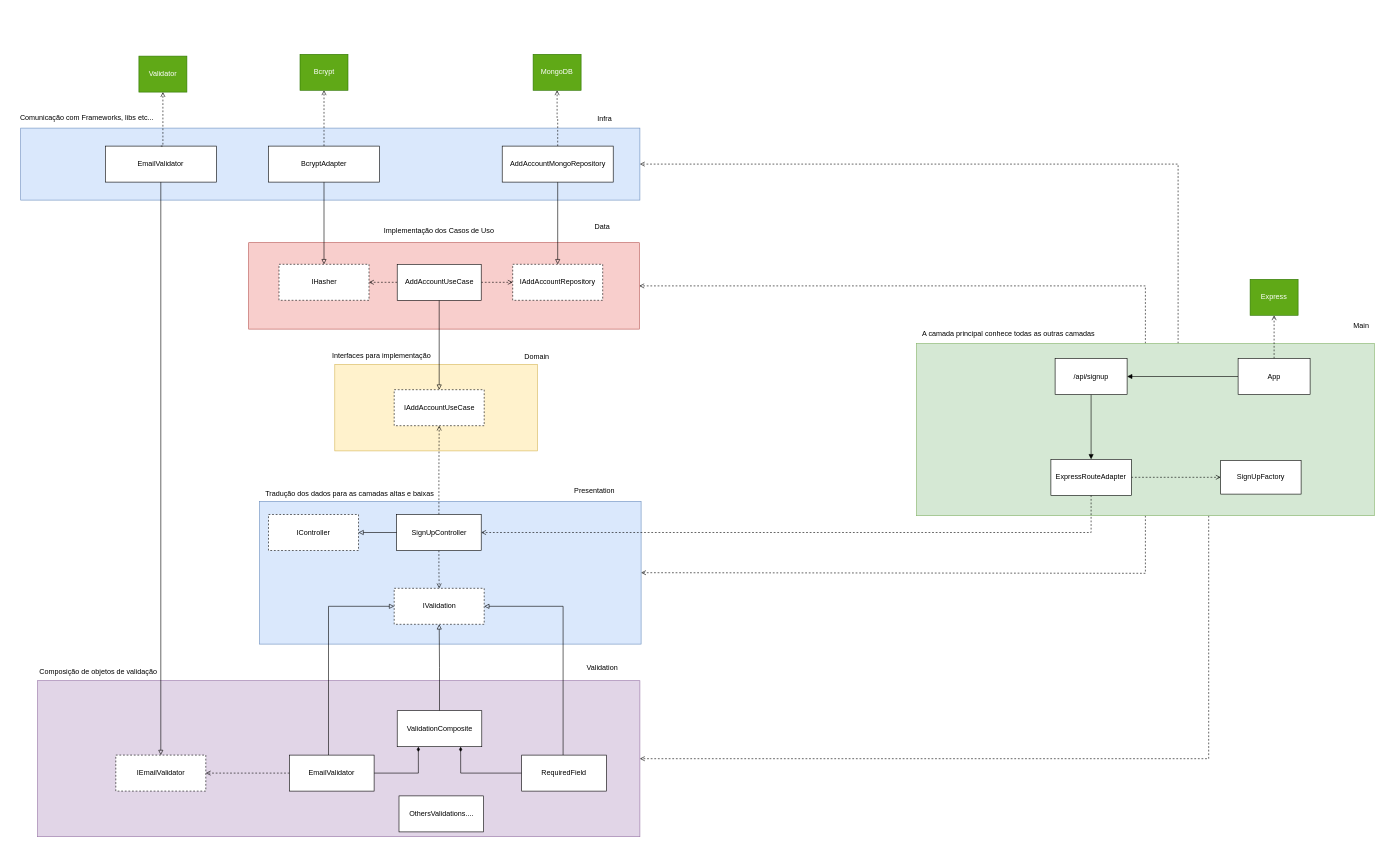
Earlier version of the draw.io diagram page "SignUp" (1 of 19) of documentation/diagrams/architecture.drawio (vitinruas/_retroarcadestore-api). Source tidied: cells renumbered, new cells numbered last; positions are measured from the earlier drawing's top-left corner, leaving out a move shared by most shapes. Both pictures are drawn from the tidied source at 60%, with x=0, y=0 at pixel (14, 54).
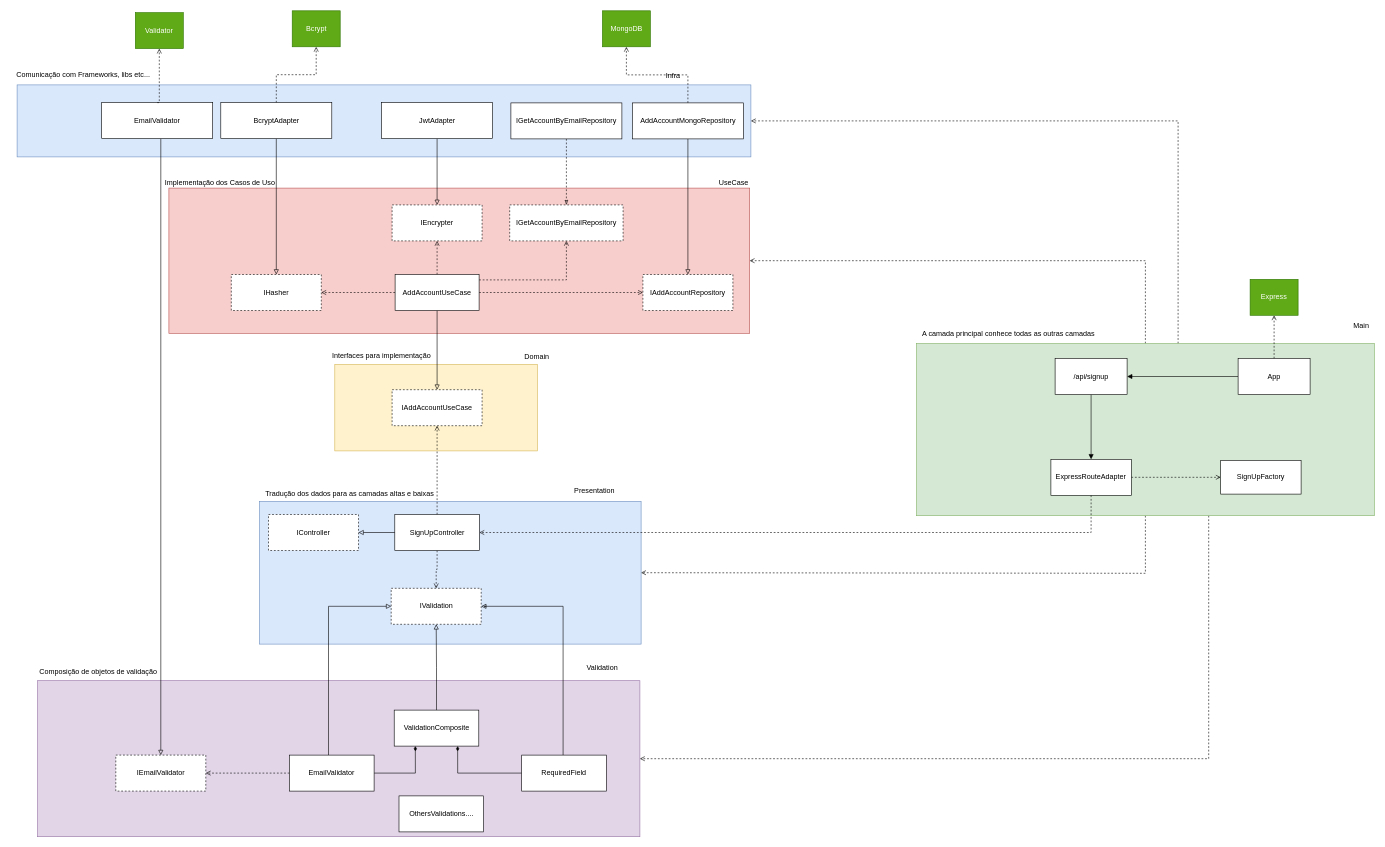
Above is the later version.

Commit message:
docs: update architecture diagram

The change refers to these unchanged cells:
```xml
<mxCell id="49" style="rounded=0;whiteSpace=wrap;html=1;fillColor=#d5e8d4;strokeColor=#82b366;" parent="1" vertex="1">
  <mxGeometry x="1504" y="482" width="763" height="287" as="geometry" />
</mxCell>
```

Change to the diagram source:
```diff
@@
     <mxCell id="3" style="rounded=0;whiteSpace=wrap;html=1;fillColor=#f8cecc;strokeColor=#b85450;" parent="1" vertex="1">
-      <mxGeometry x="391" y="314" width="651" height="144" as="geometry" />
+      <mxGeometry x="258" y="223" width="968" height="242" as="geometry" />
     </mxCell>
-    <mxCell id="4" value="Data" style="text;html=1;align=center;verticalAlign=middle;strokeColor=none;fillColor=none;" parent="1" vertex="1">
-      <mxGeometry x="958" y="275" width="43" height="26" as="geometry" />
+    <mxCell id="4" value="UseCase" style="text;html=1;align=center;verticalAlign=middle;strokeColor=none;fillColor=none;" parent="1" vertex="1">
+      <mxGeometry x="1169" y="205" width="59" height="18" as="geometry" />
     </mxCell>
@@
+    <mxCell id="70" style="edgeStyle=orthogonalEdgeStyle;rounded=0;jettySize=auto;html=1;entryX=0.5;entryY=1;entryDx=0;entryDy=0;dashed=1;endArrow=open;endFill=0;" parent="1" edge="1" source="8" target="72">
+      <mxGeometry relative="1" as="geometry" />
+    </mxCell>
+    <mxCell id="71" style="edgeStyle=orthogonalEdgeStyle;rounded=0;jettySize=auto;html=1;entryX=0.5;entryY=1;entryDx=0;entryDy=0;dashed=1;endArrow=open;endFill=0;" parent="1" edge="1" source="8" target="75">
+      <mxGeometry relative="1" as="geometry">
+        <Array as="points">
+          <mxPoint x="921" y="376" />
+        </Array>
+      </mxGeometry>
+    </mxCell>
     <mxCell id="8" value="AddAccountUseCase" style="rounded=0;whiteSpace=wrap;html=1;" parent="1" vertex="1">
-      <mxGeometry x="638.5" y="350" width="140" height="60" as="geometry" />
+      <mxGeometry x="635" y="367" width="140" height="60" as="geometry" />
     </mxCell>
     <mxCell id="9" value="IAddAccountRepository" style="rounded=0;whiteSpace=wrap;html=1;dashed=1;" parent="1" vertex="1">
-      <mxGeometry x="831" y="350" width="150" height="60" as="geometry" />
+      <mxGeometry x="1048" y="367" width="150" height="60" as="geometry" />
     </mxCell>
     <mxCell id="10" style="rounded=0;whiteSpace=wrap;html=1;fillColor=#dae8fc;strokeColor=#6c8ebf;" parent="1" vertex="1">
-      <mxGeometry x="11" y="123" width="1032" height="120" as="geometry" />
+      <mxGeometry x="5" y="51" width="1223" height="120" as="geometry" />
     </mxCell>
     <mxCell id="11" value="Infra" style="text;html=1;align=center;verticalAlign=middle;strokeColor=none;fillColor=none;" parent="1" vertex="1">
-      <mxGeometry x="959" y="93" width="50" height="30" as="geometry" />
+      <mxGeometry x="1073" y="20.5" width="50" height="30" as="geometry" />
     </mxCell>
@@
     <mxCell id="14" value="AddAccountMongoRepository" style="rounded=0;whiteSpace=wrap;html=1;" parent="1" vertex="1">
-      <mxGeometry x="813.5" y="153" width="185" height="60" as="geometry" />
+      <mxGeometry x="1030.5" y="81" width="185" height="60" as="geometry" />
     </mxCell>
     <mxCell id="15" value="MongoDB" style="rounded=0;whiteSpace=wrap;html=1;fillColor=#60a917;fontColor=#ffffff;strokeColor=#2D7600;" parent="1" vertex="1">
-      <mxGeometry x="865" width="80" height="60" as="geometry" />
+      <mxGeometry x="980.5" y="-72.5" width="80" height="60" as="geometry" />
     </mxCell>
     <mxCell id="16" value="IHasher" style="rounded=0;whiteSpace=wrap;html=1;dashed=1;" parent="1" vertex="1">
-      <mxGeometry x="441.5" y="350" width="150" height="60" as="geometry" />
+      <mxGeometry x="362" y="367" width="150" height="60" as="geometry" />
     </mxCell>
@@
     <mxCell id="19" value="BcryptAdapter" style="rounded=0;whiteSpace=wrap;html=1;" parent="1" vertex="1">
-      <mxGeometry x="424" y="153" width="185" height="60" as="geometry" />
+      <mxGeometry x="344.5" y="80.5" width="185" height="60" as="geometry" />
     </mxCell>
     <mxCell id="20" value="Bcrypt" style="rounded=0;whiteSpace=wrap;html=1;fillColor=#60a917;fontColor=#ffffff;strokeColor=#2D7600;" parent="1" vertex="1">
-      <mxGeometry x="476.5" width="80" height="60" as="geometry" />
+      <mxGeometry x="463.5" y="-72.5" width="80" height="60" as="geometry" />
     </mxCell>
     <mxCell id="21" value="IAddAccountUseCase" style="rounded=0;whiteSpace=wrap;html=1;dashed=1;" parent="1" vertex="1">
-      <mxGeometry x="633.5" y="559" width="150" height="60" as="geometry" />
+      <mxGeometry x="630" y="559" width="150" height="60" as="geometry" />
     </mxCell>
@@
     <mxCell id="26" value="SignUpController" style="rounded=0;whiteSpace=wrap;html=1;" parent="1" vertex="1">
-      <mxGeometry x="637.5" y="767" width="141" height="60" as="geometry" />
+      <mxGeometry x="634.5" y="767" width="141" height="60" as="geometry" />
     </mxCell>
     <mxCell id="27" value="IValidation" style="rounded=0;whiteSpace=wrap;html=1;dashed=1;" parent="1" vertex="1">
-      <mxGeometry x="633.5" y="890" width="150" height="60" as="geometry" />
+      <mxGeometry x="628.5" y="890" width="150" height="60" as="geometry" />
     </mxCell>
@@
     <mxCell id="30" value="ValidationComposite" style="rounded=0;whiteSpace=wrap;html=1;" parent="1" vertex="1">
-      <mxGeometry x="638.5" y="1094" width="141" height="60" as="geometry" />
+      <mxGeometry x="633.5" y="1093" width="141" height="60" as="geometry" />
     </mxCell>
@@
     <mxCell id="39" value="EmailValidator" style="rounded=0;whiteSpace=wrap;html=1;" parent="1" vertex="1">
-      <mxGeometry x="152" y="153" width="185" height="60" as="geometry" />
+      <mxGeometry x="146" y="80.5" width="185" height="60" as="geometry" />
     </mxCell>
     <mxCell id="40" value="Validator" style="rounded=0;whiteSpace=wrap;html=1;fillColor=#60a917;fontColor=#ffffff;strokeColor=#2D7600;" parent="1" vertex="1">
-      <mxGeometry x="208" y="3" width="80" height="60" as="geometry" />
+      <mxGeometry x="202" y="-69.5" width="80" height="60" as="geometry" />
     </mxCell>
     <mxCell id="41" style="edgeStyle=orthogonalEdgeStyle;rounded=0;jettySize=auto;html=1;entryX=0.5;entryY=1;entryDx=0;entryDy=0;dashed=1;exitX=0.5;exitY=0;exitDx=0;exitDy=0;endArrow=open;endFill=0;" parent="1" edge="1" source="39" target="40">
       <mxGeometry relative="1" as="geometry">
         <Array as="points">
-          <mxPoint x="248" y="153" />
+          <mxPoint x="242" y="80.5" />
         </Array>
       </mxGeometry>
     </mxCell>
@@
     <mxCell id="47" style="edgeStyle=orthogonalEdgeStyle;rounded=0;jettySize=auto;html=1;entryX=1;entryY=0.5;entryDx=0;entryDy=0;dashed=1;startArrow=none;startFill=0;endArrow=open;endFill=0;" parent="1" edge="1" source="49" target="3">
       <mxGeometry relative="1" as="geometry">
         <Array as="points">
-          <mxPoint x="1885" y="386" />
+          <mxPoint x="1885" y="344" />
         </Array>
       </mxGeometry>
     </mxCell>
     <mxCell id="48" style="edgeStyle=orthogonalEdgeStyle;rounded=0;jettySize=auto;html=1;entryX=1;entryY=0.5;entryDx=0;entryDy=0;dashed=1;startArrow=none;startFill=0;endArrow=open;endFill=0;" parent="1" edge="1" source="49" target="10">
       <mxGeometry relative="1" as="geometry">
         <Array as="points">
-          <mxPoint x="1940" y="183" />
+          <mxPoint x="1940" y="111" />
         </Array>
       </mxGeometry>
     </mxCell>
@@
     <mxCell id="62" value="Implementação dos Casos de Uso" style="text;html=1;align=center;verticalAlign=middle;strokeColor=none;fillColor=none;" parent="1" vertex="1">
-      <mxGeometry x="607.5" y="282" width="201" height="26" as="geometry" />
+      <mxGeometry x="242" y="201" width="201" height="26" as="geometry" />
     </mxCell>
     <mxCell id="63" value="Comunicação com Frameworks, libs etc..." style="text;html=1;align=center;verticalAlign=middle;strokeColor=none;fillColor=none;" parent="1" vertex="1">
-      <mxGeometry y="93" width="241" height="26" as="geometry" />
+      <mxGeometry x="-6" y="20.5" width="241" height="26" as="geometry" />
     </mxCell>
@@
+    <mxCell id="72" value="IEncrypter" style="rounded=0;whiteSpace=wrap;html=1;dashed=1;" parent="1" vertex="1">
+      <mxGeometry x="630" y="251" width="150" height="60" as="geometry" />
+    </mxCell>
+    <mxCell id="73" style="edgeStyle=orthogonalEdgeStyle;rounded=0;jettySize=auto;html=1;entryX=0.5;entryY=0;entryDx=0;entryDy=0;endArrow=block;endFill=0;" parent="1" edge="1" source="74" target="72">
+      <mxGeometry relative="1" as="geometry" />
+    </mxCell>
+    <mxCell id="74" value="JwtAdapter" style="rounded=0;whiteSpace=wrap;html=1;" parent="1" vertex="1">
+      <mxGeometry x="612.5" y="80.5" width="185" height="60" as="geometry" />
+    </mxCell>
+    <mxCell id="75" value="IGetAccountByEmailRepository" style="rounded=0;whiteSpace=wrap;html=1;dashed=1;" parent="1" vertex="1">
+      <mxGeometry x="826" y="251" width="189" height="60" as="geometry" />
+    </mxCell>
+    <mxCell id="76" style="edgeStyle=orthogonalEdgeStyle;rounded=0;jettySize=auto;html=1;dashed=1;endArrow=classicThin;endFill=0;" parent="1" edge="1" source="77" target="75">
+      <mxGeometry relative="1" as="geometry" />
+    </mxCell>
+    <mxCell id="77" value="IGetAccountByEmailRepository" style="rounded=0;whiteSpace=wrap;html=1;" parent="1" vertex="1">
+      <mxGeometry x="828" y="81" width="185" height="60" as="geometry" />
+    </mxCell>
```
